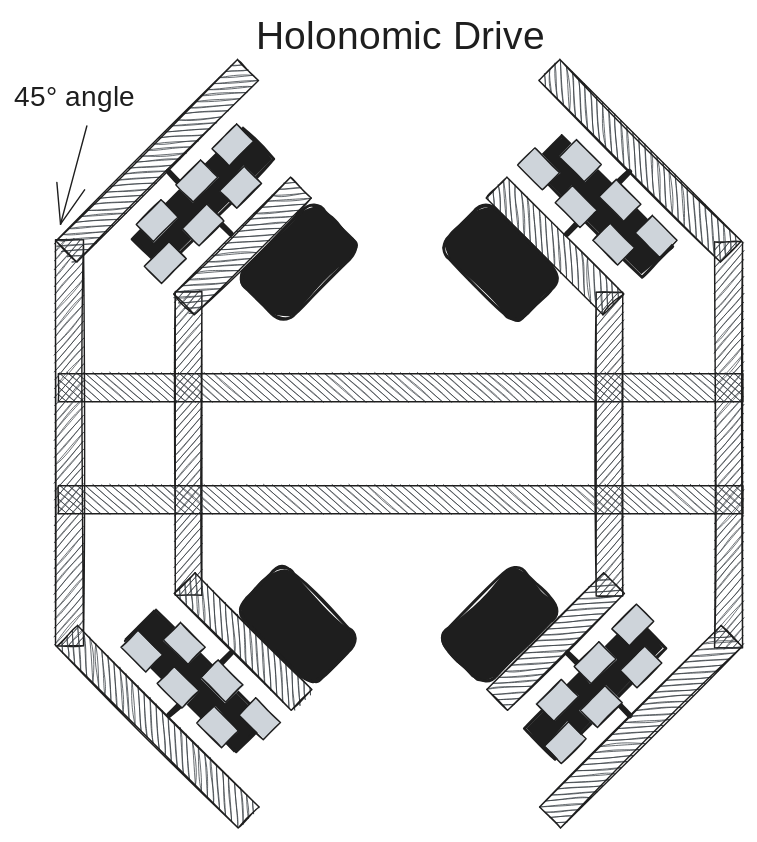
This is entries/drivetrain-1/brainstorm-drive-configurations/HolonomicDrive.excalidraw.svg from Area-53-Robotics/53D-High-Stakes-Notebook, a Excalidraw export, as it was before one commit. Source tidied: one line per element, renumbered; positions are measured from the earlier drawing's top-left corner, leaving out a move shared by most shapes. The source it was exported from:
```json
{"id": 0, "type": "text", "text": "Holonomic Drive", "strokeColor": "#1e1e1e", "backgroundColor": "#ced4da", "fillStyle": "solid", "strokeWidth": 4, "roughness": 1, "fontSize": 28, "fontFamily": 1, "x": 173, "y": 0, "width": 204, "height": 35}
{"id": 1, "type": "rectangle", "strokeColor": "#1e1e1e", "angle": 4.71, "backgroundColor": "#343a40", "fillStyle": "hachure", "strokeWidth": 1, "roughness": 1, "x": 266, "y": 22, "width": 20, "height": 489}
{"id": 2, "type": "rectangle", "strokeColor": "#1e1e1e", "angle": 3.14, "backgroundColor": "#343a40", "fillStyle": "hachure", "strokeWidth": 1, "roughness": 1, "x": 30, "y": 161, "width": 20, "height": 290}
{"id": 3, "type": "rectangle", "strokeColor": "#1e1e1e", "angle": 3.14, "backgroundColor": "#343a40", "fillStyle": "hachure", "strokeWidth": 1, "roughness": 1, "x": 115, "y": 198, "width": 19, "height": 217}
{"id": 4, "type": "rectangle", "strokeColor": "#1e1e1e", "angle": 5.5, "backgroundColor": "#343a40", "fillStyle": "hachure", "strokeWidth": 1, "roughness": 1, "x": 153, "y": 389, "width": 21, "height": 118}
{"id": 5, "type": "line", "strokeColor": "#1e1e1e", "angle": 5.5, "backgroundColor": "#ced4da", "fillStyle": "solid", "strokeWidth": 4, "roughness": 1, "x": 102, "y": 478, "width": 63, "height": 0, "points": [[0, 0], [63, 0]]}
{"id": 6, "type": "rectangle", "strokeColor": "#1e1e1e", "angle": 5.5, "backgroundColor": "#1e1e1e", "fillStyle": "solid", "strokeWidth": 2, "roughness": 1, "x": 115, "y": 420, "width": 31, "height": 112}
{"id": 7, "type": "rectangle", "strokeColor": "#1e1e1e", "angle": 5.5, "backgroundColor": "#ced4da", "fillStyle": "solid", "strokeWidth": 1, "roughness": 1, "x": 83, "y": 442, "width": 17, "height": 25}
{"id": 8, "type": "rectangle", "strokeColor": "#1e1e1e", "angle": 5.5, "backgroundColor": "#ced4da", "fillStyle": "solid", "strokeWidth": 1, "roughness": 1, "x": 113, "y": 437, "width": 17, "height": 25}
{"id": 9, "type": "rectangle", "strokeColor": "#1e1e1e", "angle": 5.5, "backgroundColor": "#ced4da", "fillStyle": "solid", "strokeWidth": 1, "roughness": 1, "x": 109, "y": 468, "width": 17, "height": 25}
{"id": 10, "type": "rectangle", "strokeColor": "#1e1e1e", "angle": 5.5, "backgroundColor": "#ced4da", "fillStyle": "solid", "strokeWidth": 1, "roughness": 1, "x": 140, "y": 464, "width": 17, "height": 25}
{"id": 11, "type": "rectangle", "strokeColor": "#1e1e1e", "angle": 5.5, "backgroundColor": "#ced4da", "fillStyle": "solid", "strokeWidth": 1, "roughness": 1, "x": 137, "y": 497, "width": 17, "height": 25}
{"id": 12, "type": "rectangle", "strokeColor": "#1e1e1e", "angle": 5.5, "backgroundColor": "#ced4da", "fillStyle": "solid", "strokeWidth": 1, "roughness": 1, "x": 167, "y": 491, "width": 17, "height": 25}
{"id": 13, "type": "rectangle", "strokeColor": "#1e1e1e", "angle": 5.5, "backgroundColor": "#343a40", "fillStyle": "hachure", "strokeWidth": 1, "roughness": 1, "x": 92, "y": 417, "width": 21, "height": 183}
{"id": 14, "type": "rectangle", "strokeColor": "#1e1e1e", "angle": 7.07, "backgroundColor": "#343a40", "fillStyle": "hachure", "strokeWidth": 1, "roughness": 1, "x": 153, "y": 107, "width": 21, "height": 118}
{"id": 15, "type": "line", "strokeColor": "#1e1e1e", "angle": 7.07, "backgroundColor": "#ced4da", "fillStyle": "solid", "strokeWidth": 4, "roughness": 1, "x": 101, "y": 135, "width": 63, "height": 0, "points": [[0, 0], [63, 0]]}
{"id": 16, "type": "rectangle", "strokeColor": "#1e1e1e", "angle": 7.07, "backgroundColor": "#1e1e1e", "fillStyle": "solid", "strokeWidth": 2, "roughness": 1, "x": 119, "y": 76, "width": 31, "height": 112}
{"id": 17, "type": "rectangle", "strokeColor": "#1e1e1e", "angle": 7.07, "backgroundColor": "#ced4da", "fillStyle": "solid", "strokeWidth": 1, "roughness": 1, "x": 148, "y": 81, "width": 17, "height": 25}
{"id": 18, "type": "rectangle", "strokeColor": "#1e1e1e", "angle": 7.07, "backgroundColor": "#ced4da", "fillStyle": "solid", "strokeWidth": 1, "roughness": 1, "x": 153, "y": 111, "width": 17, "height": 25}
{"id": 19, "type": "rectangle", "strokeColor": "#1e1e1e", "angle": 7.07, "backgroundColor": "#ced4da", "fillStyle": "solid", "strokeWidth": 1, "roughness": 1, "x": 122, "y": 107, "width": 17, "height": 25}
{"id": 20, "type": "rectangle", "strokeColor": "#1e1e1e", "angle": 7.07, "backgroundColor": "#ced4da", "fillStyle": "solid", "strokeWidth": 1, "roughness": 1, "x": 126, "y": 138, "width": 17, "height": 25}
{"id": 21, "type": "rectangle", "strokeColor": "#1e1e1e", "angle": 7.07, "backgroundColor": "#ced4da", "fillStyle": "solid", "strokeWidth": 1, "roughness": 1, "x": 94, "y": 135, "width": 17, "height": 25}
{"id": 22, "type": "rectangle", "strokeColor": "#1e1e1e", "angle": 7.07, "backgroundColor": "#ced4da", "fillStyle": "solid", "strokeWidth": 1, "roughness": 1, "x": 99, "y": 165, "width": 17, "height": 25}
{"id": 23, "type": "rectangle", "strokeColor": "#1e1e1e", "angle": 7.07, "backgroundColor": "#343a40", "fillStyle": "hachure", "strokeWidth": 1, "roughness": 1, "x": 92, "y": 13, "width": 21, "height": 183}
{"id": 24, "type": "rectangle", "strokeColor": "#1e1e1e", "angle": 3.93, "backgroundColor": "#1e1e1e", "fillStyle": "solid", "strokeWidth": 2, "roughness": 1, "round": true, "x": 163, "y": 412, "width": 79, "height": 48}
{"id": 25, "type": "rectangle", "strokeColor": "#1e1e1e", "angle": 5.5, "backgroundColor": "#1e1e1e", "fillStyle": "solid", "strokeWidth": 2, "roughness": 1, "round": true, "x": 164, "y": 153, "width": 79, "height": 48}
{"id": 26, "type": "rectangle", "strokeColor": "#1e1e1e", "angle": 6.28, "backgroundColor": "#343a40", "fillStyle": "hachure", "strokeWidth": 1, "roughness": 1, "x": 500, "y": 163, "width": 20, "height": 290}
{"id": 27, "type": "rectangle", "strokeColor": "#1e1e1e", "angle": 6.28, "backgroundColor": "#343a40", "fillStyle": "hachure", "strokeWidth": 1, "roughness": 1, "x": 416, "y": 199, "width": 19, "height": 217}
{"id": 28, "type": "rectangle", "strokeColor": "#1e1e1e", "angle": 8.64, "backgroundColor": "#343a40", "fillStyle": "hachure", "strokeWidth": 1, "roughness": 1, "x": 376, "y": 107, "width": 21, "height": 118}
{"id": 29, "type": "line", "strokeColor": "#1e1e1e", "angle": 8.64, "backgroundColor": "#ced4da", "fillStyle": "solid", "strokeWidth": 4, "roughness": 1, "x": 386, "y": 135, "width": 63, "height": 0, "points": [[0, 0], [63, 0]]}
{"id": 30, "type": "rectangle", "strokeColor": "#1e1e1e", "angle": 8.64, "backgroundColor": "#1e1e1e", "fillStyle": "solid", "strokeWidth": 2, "roughness": 1, "x": 404, "y": 81, "width": 31, "height": 112}
{"id": 31, "type": "rectangle", "strokeColor": "#1e1e1e", "angle": 8.64, "backgroundColor": "#ced4da", "fillStyle": "solid", "strokeWidth": 1, "roughness": 1, "x": 450, "y": 146, "width": 17, "height": 25}
{"id": 32, "type": "rectangle", "strokeColor": "#1e1e1e", "angle": 8.64, "backgroundColor": "#ced4da", "fillStyle": "solid", "strokeWidth": 1, "roughness": 1, "x": 420, "y": 152, "width": 17, "height": 25}
{"id": 33, "type": "rectangle", "strokeColor": "#1e1e1e", "angle": 8.64, "backgroundColor": "#ced4da", "fillStyle": "solid", "strokeWidth": 1, "roughness": 1, "x": 424, "y": 121, "width": 17, "height": 25}
{"id": 34, "type": "rectangle", "strokeColor": "#1e1e1e", "angle": 8.64, "backgroundColor": "#ced4da", "fillStyle": "solid", "strokeWidth": 1, "roughness": 1, "x": 393, "y": 125, "width": 17, "height": 25}
{"id": 35, "type": "rectangle", "strokeColor": "#1e1e1e", "angle": 8.64, "backgroundColor": "#ced4da", "fillStyle": "solid", "strokeWidth": 1, "roughness": 1, "x": 396, "y": 92, "width": 17, "height": 25}
{"id": 36, "type": "rectangle", "strokeColor": "#1e1e1e", "angle": 8.64, "backgroundColor": "#ced4da", "fillStyle": "solid", "strokeWidth": 1, "roughness": 1, "x": 366, "y": 98, "width": 17, "height": 25}
{"id": 37, "type": "rectangle", "strokeColor": "#1e1e1e", "angle": 8.64, "backgroundColor": "#343a40", "fillStyle": "hachure", "strokeWidth": 1, "roughness": 1, "x": 437, "y": 13, "width": 21, "height": 183}
{"id": 38, "type": "rectangle", "strokeColor": "#1e1e1e", "angle": 10.21, "backgroundColor": "#343a40", "fillStyle": "hachure", "strokeWidth": 1, "roughness": 1, "x": 376, "y": 389, "width": 21, "height": 118}
{"id": 39, "type": "line", "strokeColor": "#1e1e1e", "angle": 10.21, "backgroundColor": "#ced4da", "fillStyle": "solid", "strokeWidth": 4, "roughness": 1, "x": 386, "y": 479, "width": 63, "height": 0, "points": [[0, 0], [63, 0]]}
{"id": 40, "type": "rectangle", "strokeColor": "#1e1e1e", "angle": 10.21, "backgroundColor": "#1e1e1e", "fillStyle": "solid", "strokeWidth": 2, "roughness": 1, "x": 400, "y": 426, "width": 31, "height": 112}
{"id": 41, "type": "rectangle", "strokeColor": "#1e1e1e", "angle": 10.21, "backgroundColor": "#ced4da", "fillStyle": "solid", "strokeWidth": 1, "roughness": 1, "x": 385, "y": 508, "width": 17, "height": 25}
{"id": 42, "type": "rectangle", "strokeColor": "#1e1e1e", "angle": 10.21, "backgroundColor": "#ced4da", "fillStyle": "solid", "strokeWidth": 1, "roughness": 1, "x": 379, "y": 478, "width": 17, "height": 25}
{"id": 43, "type": "rectangle", "strokeColor": "#1e1e1e", "angle": 10.21, "backgroundColor": "#ced4da", "fillStyle": "solid", "strokeWidth": 1, "roughness": 1, "x": 411, "y": 482, "width": 17, "height": 25}
{"id": 44, "type": "rectangle", "strokeColor": "#1e1e1e", "angle": 10.21, "backgroundColor": "#ced4da", "fillStyle": "solid", "strokeWidth": 1, "roughness": 1, "x": 406, "y": 451, "width": 17, "height": 25}
{"id": 45, "type": "rectangle", "strokeColor": "#1e1e1e", "angle": 10.21, "backgroundColor": "#ced4da", "fillStyle": "solid", "strokeWidth": 1, "roughness": 1, "x": 439, "y": 454, "width": 17, "height": 25}
{"id": 46, "type": "rectangle", "strokeColor": "#1e1e1e", "angle": 10.21, "backgroundColor": "#ced4da", "fillStyle": "solid", "strokeWidth": 1, "roughness": 1, "x": 433, "y": 424, "width": 17, "height": 25}
{"id": 47, "type": "rectangle", "strokeColor": "#1e1e1e", "angle": 10.21, "backgroundColor": "#343a40", "fillStyle": "hachure", "strokeWidth": 1, "roughness": 1, "x": 437, "y": 417, "width": 21, "height": 183}
{"id": 48, "type": "rectangle", "strokeColor": "#1e1e1e", "angle": 7.07, "backgroundColor": "#1e1e1e", "fillStyle": "solid", "strokeWidth": 2, "roughness": 1, "round": true, "x": 308, "y": 153, "width": 79, "height": 48}
{"id": 49, "type": "rectangle", "strokeColor": "#1e1e1e", "angle": 2.36, "backgroundColor": "#1e1e1e", "fillStyle": "solid", "strokeWidth": 2, "roughness": 1, "round": true, "x": 307, "y": 412, "width": 79, "height": 48}
{"id": 50, "type": "rectangle", "strokeColor": "#1e1e1e", "angle": 4.71, "backgroundColor": "#343a40", "fillStyle": "hachure", "strokeWidth": 1, "roughness": 1, "x": 266, "y": 102, "width": 20, "height": 489}
{"id": 51, "type": "text", "text": "45° angle", "strokeColor": "#1e1e1e", "backgroundColor": "#1e1e1e", "fillStyle": "solid", "strokeWidth": 2, "roughness": 1, "fontSize": 20, "fontFamily": 1, "x": 0, "y": 48, "width": 92, "height": 25}
{"id": 52, "type": "arrow", "strokeColor": "#1e1e1e", "backgroundColor": "#1e1e1e", "fillStyle": "solid", "strokeWidth": 1, "roughness": 0, "endArrowhead": "arrow", "round": true, "from": 51, "to": 23, "x": 52, "y": 80, "width": 19, "height": 70, "points": [[0, 0], [-19, 70]]}
```
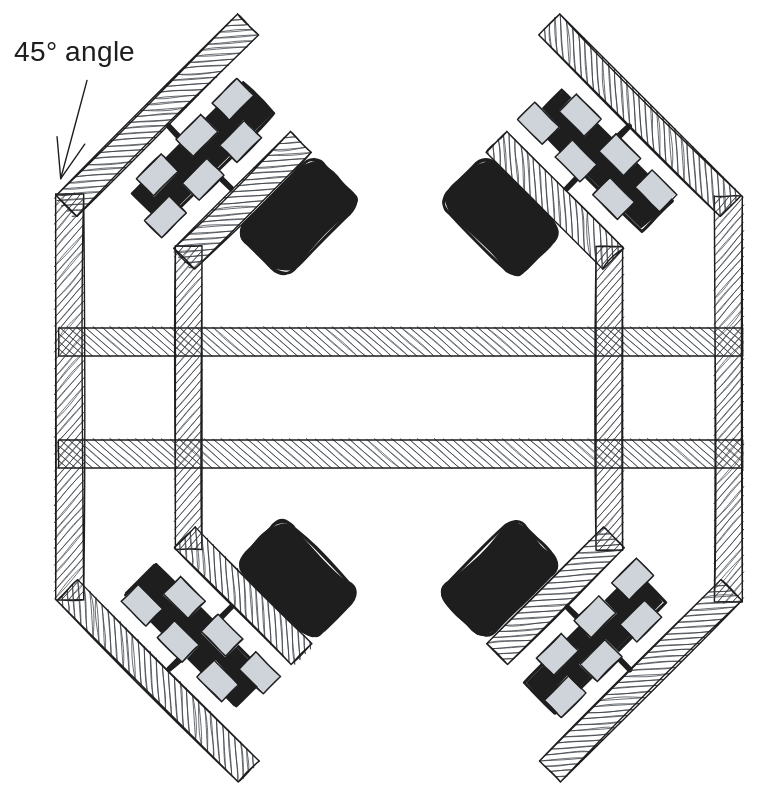
The same file after the commit.

What changed in the source:
```diff
@@ -1,4 +1,3 @@
-{"id": 0, "type": "text", "text": "Holonomic Drive", "strokeColor": "#1e1e1e", "backgroundColor": "#ced4da", "fillStyle": "solid", "strokeWidth": 4, "roughness": 1, "fontSize": 28, "fontFamily": 1, "x": 173, "y": 0, "width": 204, "height": 35}
 {"id": 1, "type": "rectangle", "strokeColor": "#1e1e1e", "angle": 4.71, "backgroundColor": "#343a40", "fillStyle": "hachure", "strokeWidth": 1, "roughness": 1, "x": 266, "y": 22, "width": 20, "height": 489}
 {"id": 2, "type": "rectangle", "strokeColor": "#1e1e1e", "angle": 3.14, "backgroundColor": "#343a40", "fillStyle": "hachure", "strokeWidth": 1, "roughness": 1, "x": 30, "y": 161, "width": 20, "height": 290}
 {"id": 3, "type": "rectangle", "strokeColor": "#1e1e1e", "angle": 3.14, "backgroundColor": "#343a40", "fillStyle": "hachure", "strokeWidth": 1, "roughness": 1, "x": 115, "y": 198, "width": 19, "height": 217}
```
